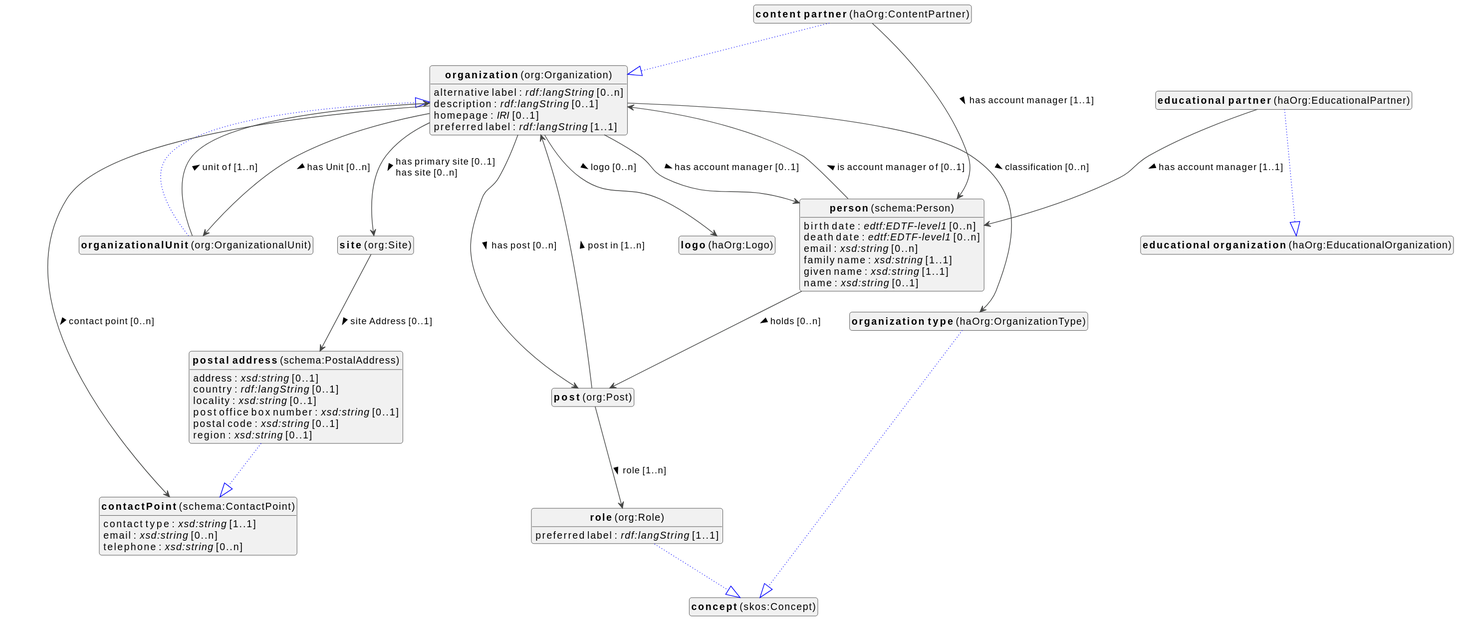
Earlier version of the PlantUML export docs/metadata/knowledge-graph/0.0.1/organization/en/organization-diagram.svg (viaacode/documentation-jekyll).
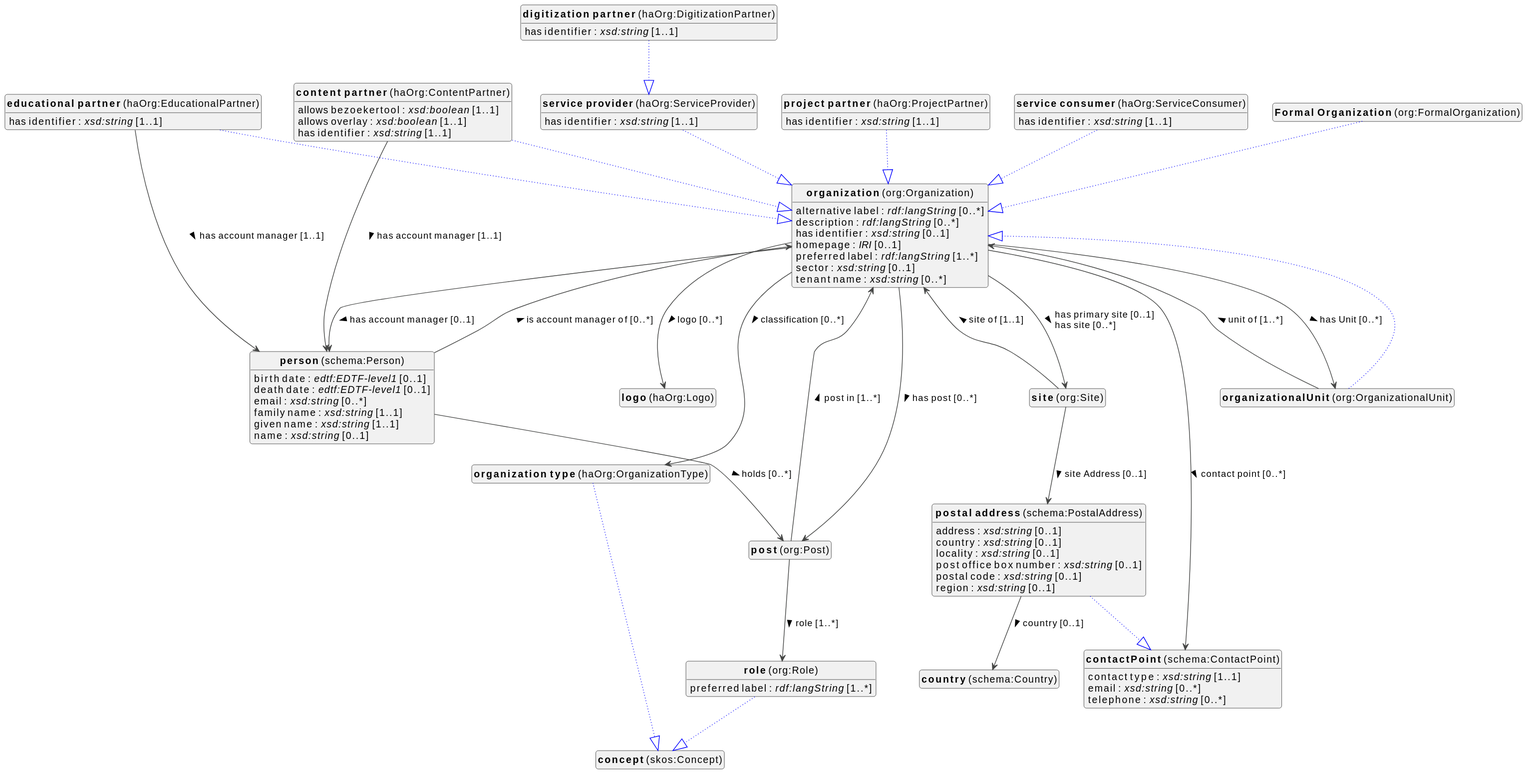
Later version of the same file.

Change to the diagram source:
```diff
@@ -10,11 +10,16 @@
 top to bottom direction
 
 
+class "<b>Formal Organization</b> (org:FormalOrganization)" as org_FormalOrganization [[#org%3AFormalOrganization]]
+class "<b>organization</b> (org:Organization)" as org_Organization [[#org%3AOrganization]]
 class "<b>contactPoint</b> (schema:ContactPoint)" as schema_ContactPoint [[#schema%3AContactPoint]]
 class "<b>content partner</b> (haOrg:ContentPartner)" as haOrg_ContentPartner [[#haOrg%3AContentPartner]]
 class "<b>organization</b> (org:Organization)" as org_Organization [[#org%3AOrganization]]
+class "<b>country</b> (schema:Country)" as schema_Country [[#schema%3ACountry]]
+class "<b>digitization partner</b> (haOrg:DigitizationPartner)" as haOrg_DigitizationPartner [[#haOrg%3ADigitizationPartner]]
+class "<b>service provider</b> (haOrg:ServiceProvider)" as haOrg_ServiceProvider [[#haOrg%3AServiceProvider]]
 class "<b>educational partner</b> (haOrg:EducationalPartner)" as haOrg_EducationalPartner [[#haOrg%3AEducationalPartner]]
-class "<b>educational organization</b> (haOrg:EducationalOrganization)" as haOrg_EducationalOrganization [[#haOrg%3AEducationalOrganization]]
+class "<b>organization</b> (org:Organization)" as org_Organization [[#org%3AOrganization]]
 class "<b>logo</b> (haOrg:Logo)" as haOrg_Logo [[#haOrg%3ALogo]]
 class "<b>organization</b> (org:Organization)" as org_Organization [[#org%3AOrganization]]
 class "<b>organization type</b> (haOrg:OrganizationType)" as haOrg_OrganizationType [[#haOrg%3AOrganizationType]]
@@ -25,81 +30,124 @@
 class "<b>post</b> (org:Post)" as org_Post [[#org%3APost]]
 class "<b>postal address</b> (schema:PostalAddress)" as schema_PostalAddress [[#schema%3APostalAddress]]
 class "<b>contactPoint</b> (schema:ContactPoint)" as schema_ContactPoint [[#schema%3AContactPoint]]
+class "<b>project partner</b> (haOrg:ProjectPartner)" as haOrg_ProjectPartner [[#haOrg%3AProjectPartner]]
+class "<b>organization</b> (org:Organization)" as org_Organization [[#org%3AOrganization]]
 class "<b>role</b> (org:Role)" as org_Role [[#org%3ARole]]
 class "<b>concept</b> (skos:Concept)" as skos_Concept [[#skos%3AConcept]]
+class "<b>service consumer</b> (haOrg:ServiceConsumer)" as haOrg_ServiceConsumer [[#haOrg%3AServiceConsumer]]
+class "<b>organization</b> (org:Organization)" as org_Organization [[#org%3AOrganization]]
+class "<b>service provider</b> (haOrg:ServiceProvider)" as haOrg_ServiceProvider [[#haOrg%3AServiceProvider]]
+class "<b>organization</b> (org:Organization)" as org_Organization [[#org%3AOrganization]]
 class "<b>site</b> (org:Site)" as org_Site [[#org%3ASite]]
+
+org_FormalOrganization --|> org_Organization #blue;line.dotted;text:blue
+
 
 
 schema_ContactPoint : contact type : <i>xsd:string</i> [1..1]
-schema_ContactPoint : email : <i>xsd:string</i> [0..n]
-schema_ContactPoint : telephone : <i>xsd:string</i> [0..n]
+schema_ContactPoint : email : <i>xsd:string</i> [0..*]
+schema_ContactPoint : telephone : <i>xsd:string</i> [0..*]
 
 
 haOrg_ContentPartner --|> org_Organization #blue;line.dotted;text:blue
 
+haOrg_ContentPartner : allows bezoekertool : <i>xsd:boolean</i> [1..1]
+haOrg_ContentPartner : allows overlay : <i>xsd:boolean</i> [1..1]
+haOrg_ContentPartner : has identifier : <i>xsd:string</i> [1..1]
 haOrg_ContentPartner --> schema_Person :has account manager [1..1]  >
 
-haOrg_EducationalPartner --|> haOrg_EducationalOrganization #blue;line.dotted;text:blue
 
+
+
+
+haOrg_DigitizationPartner --|> haOrg_ServiceProvider #blue;line.dotted;text:blue
+
+haOrg_DigitizationPartner : has identifier : <i>xsd:string</i> [1..1]
+
+
+haOrg_EducationalPartner --|> org_Organization #blue;line.dotted;text:blue
+
+haOrg_EducationalPartner : has identifier : <i>xsd:string</i> [1..1]
 haOrg_EducationalPartner --> schema_Person :has account manager [1..1]  >
 
 
 
 
-org_Organization : alternative label : <i>rdf:langString</i> [0..n]
-org_Organization : description : <i>rdf:langString</i> [0..1]
+
+org_Organization : alternative label : <i>rdf:langString</i> [0..*]
+org_Organization : description : <i>rdf:langString</i> [0..*]
+org_Organization : has identifier : <i>xsd:string</i> [0..1]
 org_Organization : homepage : <i>IRI</i> [0..1]
-org_Organization : preferred label : <i>rdf:langString</i> [1..1]
+org_Organization : preferred label : <i>rdf:langString</i> [1..*]
+org_Organization : sector : <i>xsd:string</i> [0..1]
+org_Organization : tenant name : <i>xsd:string</i> [0..*]
 
-org_Organization --> haOrg_Logo :logo [0..n]  >
-org_Organization --> haOrg_OrganizationType :classification [0..n]  >
-org_Organization --> org_OrganizationalUnit :has Unit [0..n]  >
-org_Organization --> org_Post :has post [0..n]  >
-org_Organization --> org_Site :has primary site [0..1]  \lhas site [0..n]  >
+org_Organization --> haOrg_Logo :logo [0..*]  >
+org_Organization --> haOrg_OrganizationType :classification [0..*]  >
+org_Organization --> org_OrganizationalUnit :has Unit [0..*]  >
+org_Organization --> org_Post :has post [0..*]  >
+org_Organization --> org_Site :has primary site [0..1]  \lhas site [0..*]  >
 
-org_Organization --> schema_ContactPoint :contact point [0..n]  >
+org_Organization --> schema_ContactPoint :contact point [0..*]  >
 org_Organization --> schema_Person :has account manager [0..1]  >
+
 
 haOrg_OrganizationType --|> skos_Concept #blue;line.dotted;text:blue
 
 
 org_OrganizationalUnit --|> org_Organization #blue;line.dotted;text:blue
 
-org_OrganizationalUnit --> org_Organization :unit of [1..n]  >
+org_OrganizationalUnit --> org_Organization :unit of [1..*]  >
 
 
-schema_Person : birth date : <i>edtf:EDTF-level1</i> [0..n]
-schema_Person : death date : <i>edtf:EDTF-level1</i> [0..n]
-schema_Person : email : <i>xsd:string</i> [0..n]
+schema_Person : birth date : <i>edtf:EDTF-level1</i> [0..1]
+schema_Person : death date : <i>edtf:EDTF-level1</i> [0..1]
+schema_Person : email : <i>xsd:string</i> [0..*]
 schema_Person : family name : <i>xsd:string</i> [1..1]
 schema_Person : given name : <i>xsd:string</i> [1..1]
 schema_Person : name : <i>xsd:string</i> [0..1]
 
-schema_Person --> org_Organization :is account manager of [0..1]  >
-schema_Person --> org_Post :holds [0..n]  >
+schema_Person --> org_Organization :is account manager of [0..*]  >
+schema_Person --> org_Post :holds [0..*]  >
 
 
 
-org_Post --> org_Organization :post in [1..n]  >
-org_Post --> org_Role :role [1..n]  >
+org_Post --> org_Organization :post in [1..*]  >
+org_Post --> org_Role :role [1..*]  >
 
 schema_PostalAddress --|> schema_ContactPoint #blue;line.dotted;text:blue
 
 schema_PostalAddress : address : <i>xsd:string</i> [0..1]
-schema_PostalAddress : country : <i>rdf:langString</i> [0..1]
+schema_PostalAddress : country : <i>xsd:string</i> [0..1]
 schema_PostalAddress : locality : <i>xsd:string</i> [0..1]
 schema_PostalAddress : post office box number : <i>xsd:string</i> [0..1]
 schema_PostalAddress : postal code : <i>xsd:string</i> [0..1]
 schema_PostalAddress : region : <i>xsd:string</i> [0..1]
+schema_PostalAddress --> schema_Country :country [0..1]  >
 
+
+haOrg_ProjectPartner --|> org_Organization #blue;line.dotted;text:blue
+
+haOrg_ProjectPartner : has identifier : <i>xsd:string</i> [1..1]
 
 
 org_Role --|> skos_Concept #blue;line.dotted;text:blue
 
-org_Role : preferred label : <i>rdf:langString</i> [1..1]
+org_Role : preferred label : <i>rdf:langString</i> [1..*]
+
+
+haOrg_ServiceConsumer --|> org_Organization #blue;line.dotted;text:blue
+
+haOrg_ServiceConsumer : has identifier : <i>xsd:string</i> [1..1]
+
+
+haOrg_ServiceProvider --|> org_Organization #blue;line.dotted;text:blue
+
+haOrg_ServiceProvider : has identifier : <i>xsd:string</i> [1..1]
 
 
 
+org_Site --> org_Organization :site of [1..1]  >
 org_Site --> schema_PostalAddress :site Address [0..1]  >
 
 
```
